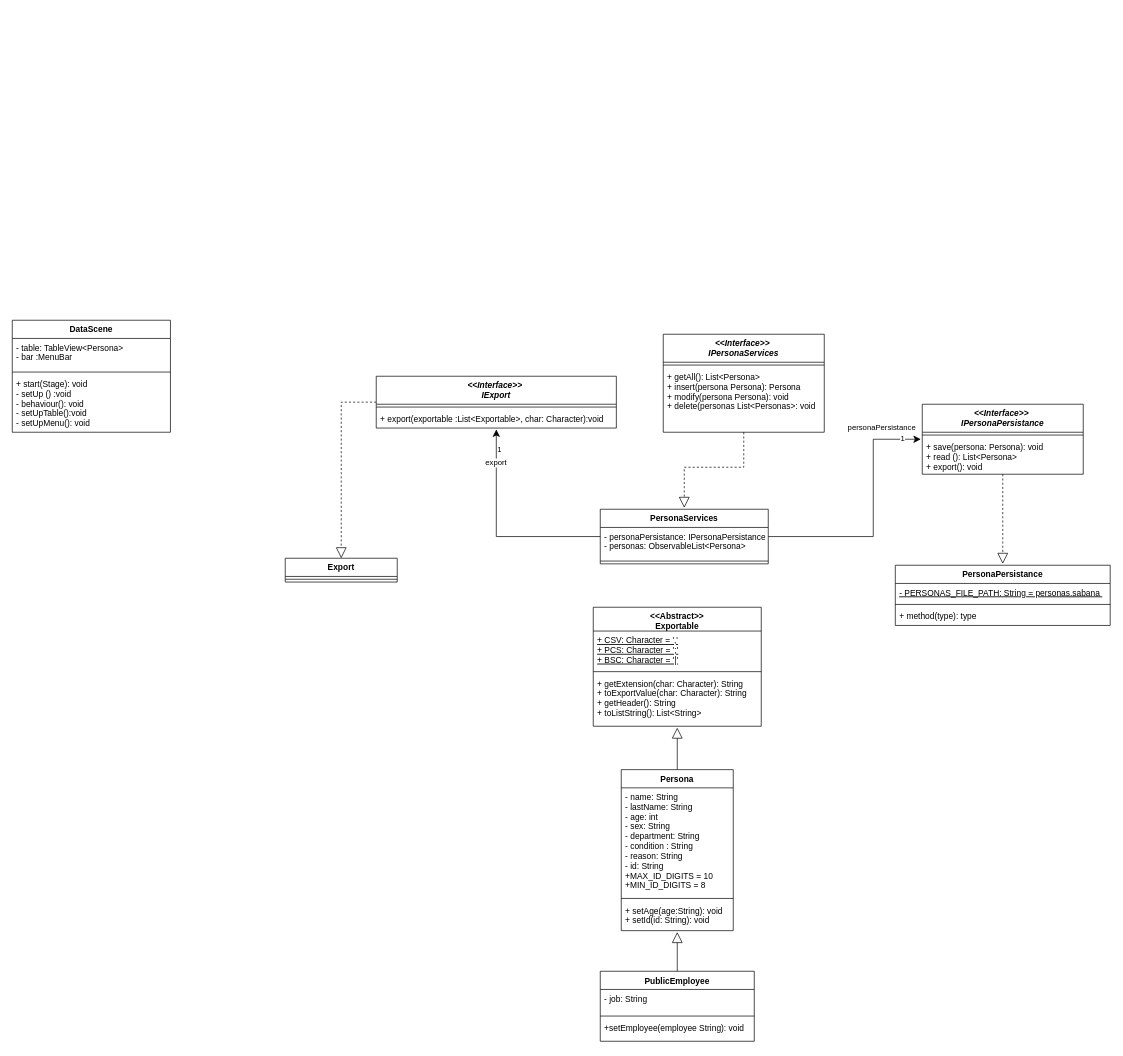
Earlier version of the draw.io diagram Diagrams/Diagrama de clases proyecto.drawio (Cafeleyos/Entrega-parcial---David-Santos---Camilo-Mu-oz). Source tidied: cells renumbered, new cells numbered last; positions are measured from the earlier drawing's top-left corner, leaving out a move shared by most shapes. Both pictures are drawn from the tidied source at 70%, with x=0, y=0 at pixel (12, 320).
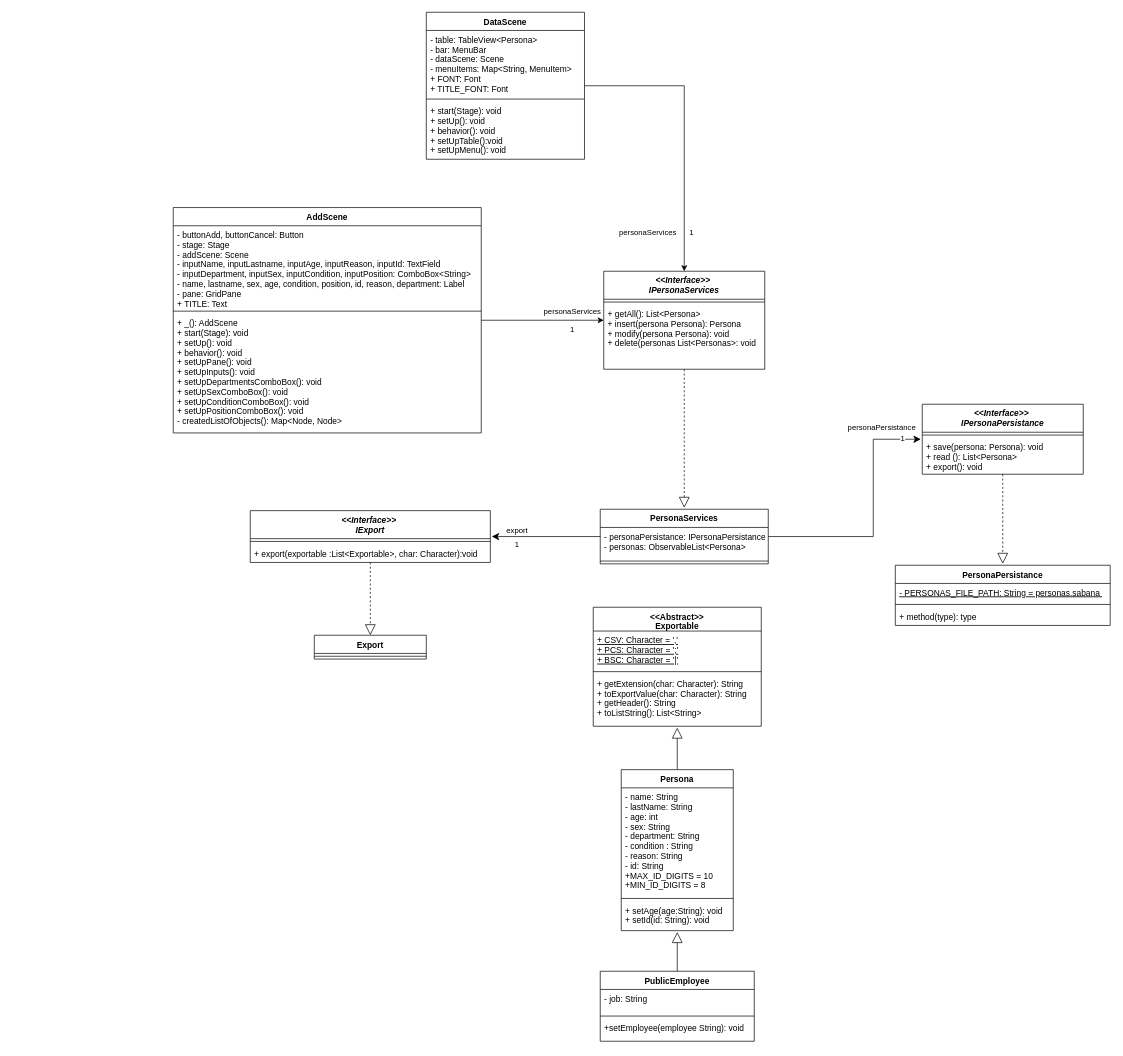
The same page after the edit.

The change refers to these unchanged cells:
```xml
<mxCell id="14" style="edgeStyle=orthogonalEdgeStyle;rounded=0;jettySize=auto;html=1;exitX=0;exitY=0.5;exitDx=0;exitDy=0;endArrow=classic;endFill=1;endSize=8;targetPerimeterSpacing=2;strokeWidth=1;" parent="1" edge="1" source="17" target="26">
  <mxGeometry relative="1" as="geometry" />
</mxCell>
```

What changed in the source:
```diff
@@
+    <mxCell id="47" value="personaServices&amp;nbsp; &amp;nbsp; &amp;nbsp; 1" style="edgeStyle=orthogonalEdgeStyle;rounded=0;jettySize=auto;html=1;shadow=0;labelBackgroundColor=none;" parent="1" edge="1" source="2" target="30">
+      <mxGeometry x="0.73" y="-40" relative="1" as="geometry" />
+    </mxCell>
     <mxCell id="2" value="DataScene" style="swimlane;fontStyle=1;align=center;verticalAlign=top;horizontal=1;startSize=26;" parent="1" vertex="1">
-      <mxGeometry width="226" height="160" as="geometry" />
+      <mxGeometry x="591.5" y="-440" width="226" height="210" as="geometry" />
     </mxCell>
-    <mxCell id="3" value="- table: TableView&lt;Persona&gt;&#10;- bar :MenuBar &#10;&#10;&#10; " style="text;strokeColor=none;fillColor=none;align=left;verticalAlign=top;spacingLeft=4;spacingRight=4;overflow=hidden;" parent="2" vertex="1">
-      <mxGeometry y="26" width="226" height="44" as="geometry" />
+    <mxCell id="3" value="- table: TableView&lt;Persona&gt;&#10;- bar: MenuBar &#10;- dataScene: Scene&#10;- menuItems: Map&lt;String, MenuItem&gt;&#10;+ FONT: Font&#10;+ TITLE_FONT: Font" style="text;strokeColor=none;fillColor=none;align=left;verticalAlign=top;spacingLeft=4;spacingRight=4;overflow=hidden;" parent="2" vertex="1">
+      <mxGeometry y="26" width="226" height="94" as="geometry" />
     </mxCell>
     <mxCell id="4" style="line;strokeWidth=1;fillColor=none;align=left;verticalAlign=middle;spacingTop=-1;spacingLeft=3;spacingRight=3;labelPosition=right;" parent="2" vertex="1">
-      <mxGeometry y="70" width="226" height="8" as="geometry" />
+      <mxGeometry y="120" width="226" height="8" as="geometry" />
     </mxCell>
-    <mxCell id="5" value="+ start(Stage): void&#10;- setUp () :void&#10;- behaviour(): void&#10;- setUpTable():void&#10;- setUpMenu(): void&#10;&#10;&#10;&#10;&#10;" style="text;strokeColor=none;fillColor=none;align=left;verticalAlign=top;spacingLeft=4;spacingRight=4;overflow=hidden;" parent="2" vertex="1">
-      <mxGeometry y="78" width="226" height="82" as="geometry" />
+    <mxCell id="5" value="+ start(Stage): void&#10;+ setUp(): void&#10;+ behavior(): void&#10;+ setUpTable():void&#10;+ setUpMenu(): void" style="text;strokeColor=none;fillColor=none;align=left;verticalAlign=top;spacingLeft=4;spacingRight=4;overflow=hidden;" parent="2" vertex="1">
+      <mxGeometry y="128" width="226" height="82" as="geometry" />
     </mxCell>
@@
     <mxCell id="15" value="1" style="edgeLabel;html=1;align=center;verticalAlign=middle;" parent="14" vertex="1">
       <mxGeometry x="0.81" y="-3" relative="1" as="geometry">
-        <mxPoint x="1" as="offset" />
+        <mxPoint x="20" y="14" as="offset" />
       </mxGeometry>
     </mxCell>
     <mxCell id="16" value="export" style="edgeLabel;html=1;align=center;verticalAlign=middle;" parent="14" vertex="1">
       <mxGeometry x="0.69" y="-5" relative="1" as="geometry">
-        <mxPoint x="-6.5" y="1" as="offset" />
+        <mxPoint x="11" y="-4" as="offset" />
       </mxGeometry>
     </mxCell>
@@
-    <mxCell id="25" style="edgeStyle=orthogonalEdgeStyle;rounded=0;jettySize=auto;html=1;exitX=0;exitY=0.5;exitDx=0;exitDy=0;entryX=0.5;entryY=0;entryDx=0;entryDy=0;dashed=1;endArrow=block;endFill=0;endSize=13;targetPerimeterSpacing=2;strokeWidth=1;" parent="1" edge="1" source="26" target="37">
+    <mxCell id="25" style="edgeStyle=orthogonalEdgeStyle;rounded=0;jettySize=auto;html=1;entryX=0.5;entryY=0;entryDx=0;entryDy=0;dashed=1;endArrow=block;endFill=0;endSize=13;targetPerimeterSpacing=2;strokeWidth=1;" parent="1" edge="1" source="26" target="37">
       <mxGeometry relative="1" as="geometry" />
     </mxCell>
     <mxCell id="26" value="&lt;&lt;Interface&gt;&gt; &#10;IExport" style="swimlane;fontStyle=3;align=center;verticalAlign=top;horizontal=1;startSize=40;" parent="1" vertex="1">
-      <mxGeometry x="520" y="80" width="343" height="74" as="geometry" />
+      <mxGeometry x="340" y="272" width="343" height="74" as="geometry" />
     </mxCell>
@@
     <mxCell id="30" value="&lt;&lt;Interface&gt;&gt; &#10;IPersonaServices" style="swimlane;fontStyle=3;align=center;verticalAlign=top;horizontal=1;startSize=40;" parent="1" vertex="1">
-      <mxGeometry x="930" y="20" width="230" height="140" as="geometry" />
+      <mxGeometry x="845" y="-70" width="230" height="140" as="geometry" />
     </mxCell>
@@
     <mxCell id="37" value="Export" style="swimlane;fontStyle=1;align=center;verticalAlign=top;horizontal=1;startSize=26;" parent="1" vertex="1">
-      <mxGeometry x="390" y="340" width="160" height="34" as="geometry" />
+      <mxGeometry x="431.5" y="450" width="160" height="34" as="geometry" />
     </mxCell>
@@
+    <mxCell id="48" value="personaServices&lt;br&gt;&lt;br&gt;1" style="edgeStyle=orthogonalEdgeStyle;rounded=0;jettySize=auto;html=1;shadow=0;labelBackgroundColor=none;" parent="1" edge="1" source="49" target="30">
+      <mxGeometry x="0.49" relative="1" as="geometry" />
+    </mxCell>
+    <mxCell id="49" value="AddScene" style="swimlane;fontStyle=1;align=center;verticalAlign=top;horizontal=1;startSize=26;" parent="1" vertex="1">
+      <mxGeometry x="230" y="-161" width="440" height="322" as="geometry" />
+    </mxCell>
+    <mxCell id="50" value="- buttonAdd, buttonCancel: Button&#10;- stage: Stage&#10;- addScene: Scene&#10;- inputName, inputLastname, inputAge, inputReason, inputId: TextField&#10;- inputDepartment, inputSex, inputCondition, inputPosition: ComboBox&lt;String&gt;&#10;- name, lastname, sex, age, condition, position, id, reason, department: Label&#10;- pane: GridPane&#10;+ TITLE: Text" style="text;strokeColor=none;fillColor=none;align=left;verticalAlign=top;spacingLeft=4;spacingRight=4;overflow=hidden;" parent="49" vertex="1">
+      <mxGeometry y="26" width="440" height="118" as="geometry" />
+    </mxCell>
+    <mxCell id="51" style="line;strokeWidth=1;fillColor=none;align=left;verticalAlign=middle;spacingTop=-1;spacingLeft=3;spacingRight=3;labelPosition=right;" parent="49" vertex="1">
+      <mxGeometry y="144" width="440" height="8" as="geometry" />
+    </mxCell>
+    <mxCell id="52" value="+ _(): AddScene&#10;+ start(Stage): void&#10;+ setUp(): void&#10;+ behavior(): void&#10;+ setUpPane(): void&#10;+ setUpInputs(): void&#10;+ setUpDepartmentsComboBox(): void&#10;+ setUpSexComboBox(): void&#10;+ setUpConditionComboBox(): void&#10;+ setUpPositionComboBox(): void&#10;- createdListOfObjects(): Map&lt;Node, Node&gt;" style="text;strokeColor=none;fillColor=none;align=left;verticalAlign=top;spacingLeft=4;spacingRight=4;overflow=hidden;" parent="49" vertex="1">
+      <mxGeometry y="152" width="440" height="170" as="geometry" />
+    </mxCell>
```
